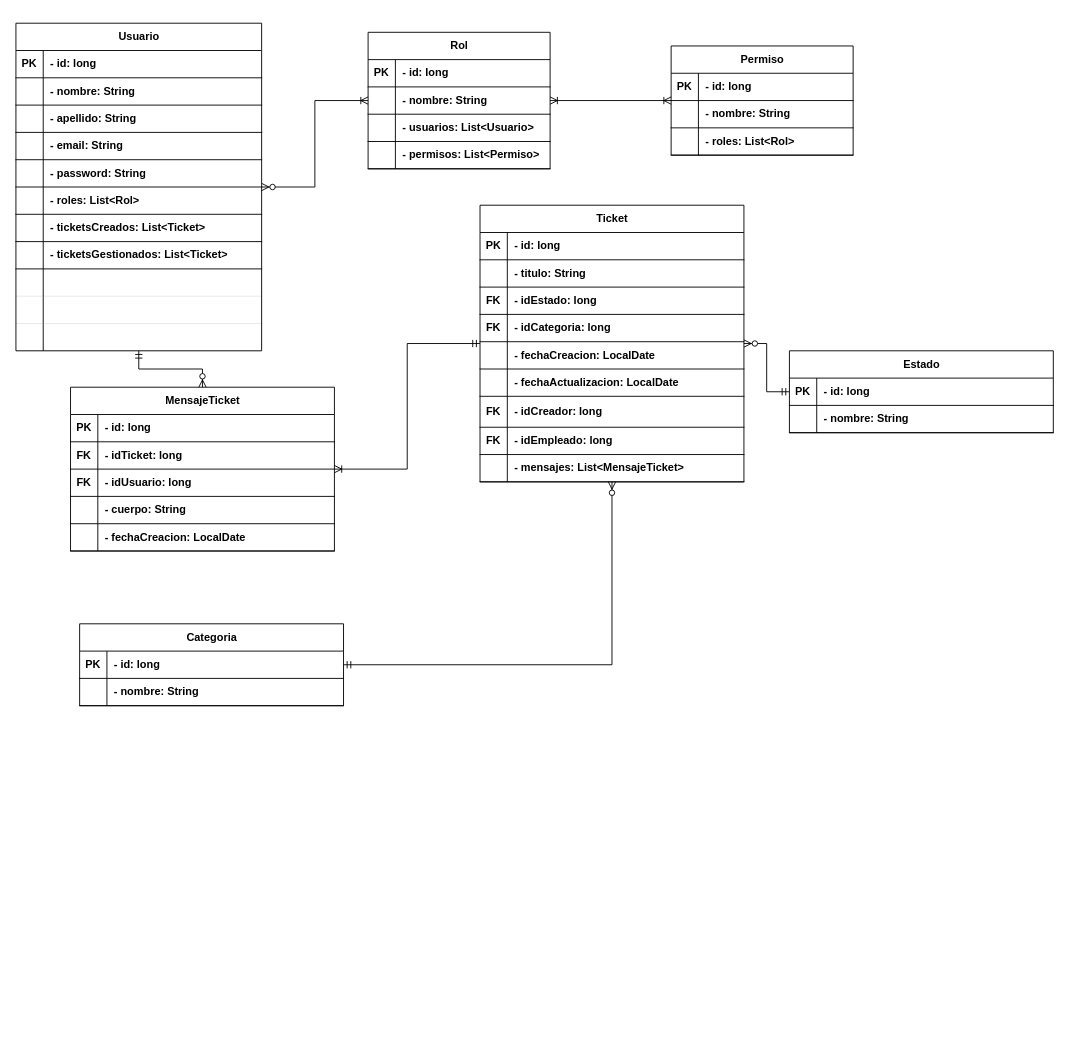
The draw.io diagram diagrams/classes.drawio in rfnobando/hibernate-tickets, before the edit. Source tidied: cells renumbered, new cells numbered last; positions are measured from the earlier drawing's top-left corner, leaving out a move shared by most shapes. Both pictures are drawn from the tidied source at 91%, with x=0, y=0 at pixel (15, 23).
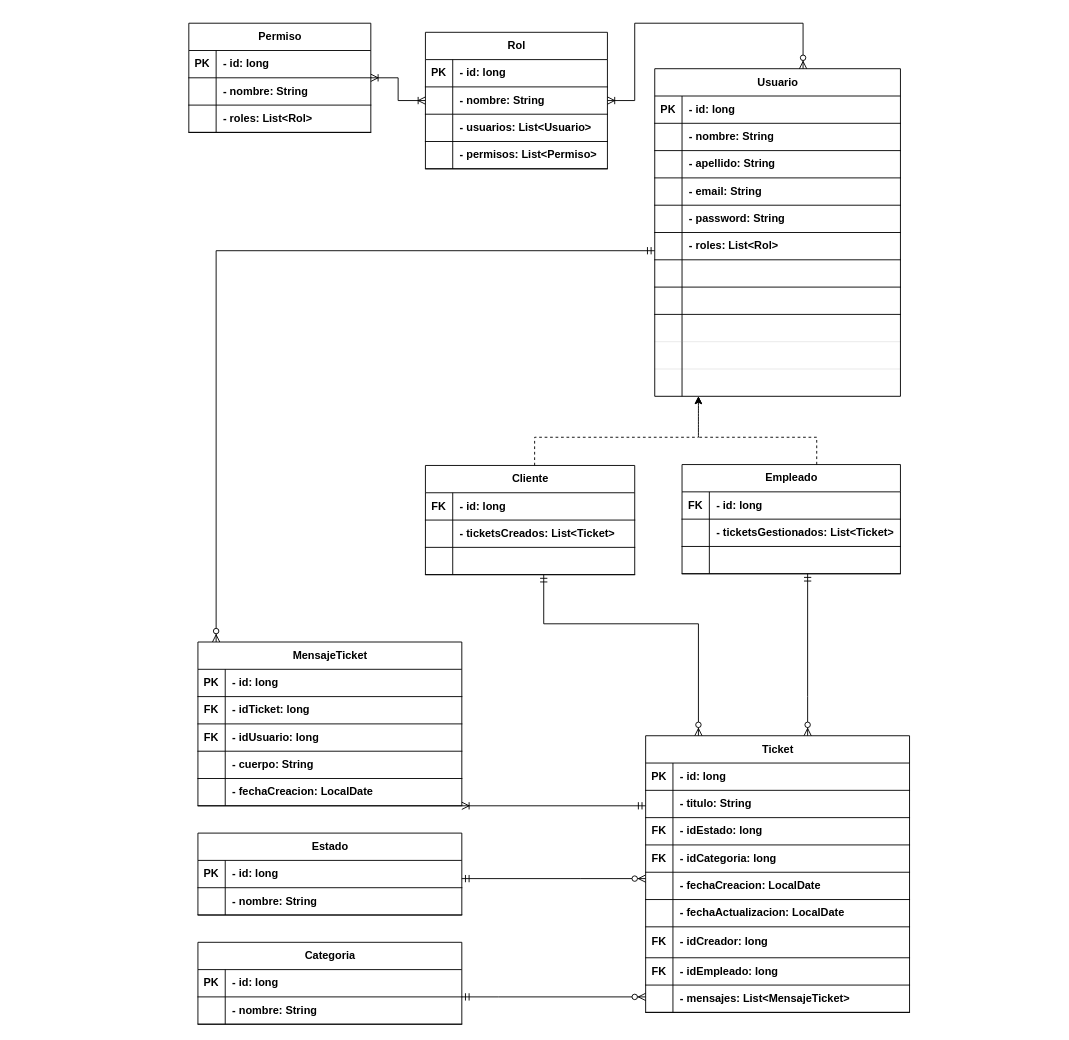
The same page after the edit.

Commit message:
diagrama de clases con herencia

The change refers to these unchanged cells:
```xml
<mxCell id="21" style="shape=tableRow;horizontal=0;startSize=0;swimlaneHead=0;swimlaneBody=0;fillColor=none;top=0;left=0;right=0;bottom=1;" parent="2" vertex="1">
  <mxGeometry y="210" width="270" height="30" as="geometry" />
</mxCell>
<mxCell id="24" style="shape=tableRow;horizontal=0;startSize=0;swimlaneHead=0;swimlaneBody=0;fillColor=none;top=0;left=0;right=0;bottom=1;" parent="2" vertex="1">
  <mxGeometry y="240" width="270" height="30" as="geometry" />
</mxCell>
```

Change to the diagram source:
```diff
@@
     <mxCell id="2" value="Usuario" style="shape=table;startSize=30;childLayout=tableLayout;rowLines=0;fontStyle=1;align=center;html=1;" parent="1" vertex="1">
-      <mxGeometry width="270" height="360" as="geometry" />
+      <mxGeometry x="702" y="50" width="270" height="360" as="geometry" />
     </mxCell>
@@
-    <mxCell id="23" value="- ticketsCreados: List&amp;lt;Ticket&amp;gt;" style="shape=partialRectangle;fillColor=none;top=0;left=0;bottom=0;right=0;align=left;spacingLeft=6;fontStyle=1;overflow=hidden;whiteSpace=wrap;html=1;" parent="21" vertex="1">
+    <mxCell id="23" style="shape=partialRectangle;fillColor=none;top=0;left=0;bottom=0;right=0;align=left;spacingLeft=6;fontStyle=1;overflow=hidden;whiteSpace=wrap;html=1;" parent="21" vertex="1">
       <mxGeometry x="30" width="240" height="30" as="geometry" />
     </mxCell>
@@
-    <mxCell id="26" value="- ticketsGestionados: List&amp;lt;Ticket&amp;gt;" style="shape=partialRectangle;fillColor=none;top=0;left=0;bottom=0;right=0;align=left;spacingLeft=6;fontStyle=1;overflow=hidden;whiteSpace=wrap;html=1;" parent="24" vertex="1">
+    <mxCell id="26" style="shape=partialRectangle;fillColor=none;top=0;left=0;bottom=0;right=0;align=left;spacingLeft=6;fontStyle=1;overflow=hidden;whiteSpace=wrap;html=1;" parent="24" vertex="1">
       <mxGeometry x="30" width="240" height="30" as="geometry" />
     </mxCell>
@@
     <mxCell id="36" value="Ticket" style="shape=table;startSize=30;childLayout=tableLayout;rowLines=0;fontStyle=1;align=center;html=1;" parent="1" vertex="1">
-      <mxGeometry x="510" y="200" width="290" height="304" as="geometry" />
+      <mxGeometry x="692" y="783" width="290" height="304" as="geometry" />
     </mxCell>
@@
     <mxCell id="64" value="MensajeTicket" style="shape=table;startSize=30;childLayout=tableLayout;rowLines=0;fontStyle=1;align=center;html=1;" parent="1" vertex="1">
-      <mxGeometry x="60" y="400" width="290" height="180" as="geometry" />
+      <mxGeometry x="200" y="680" width="290" height="180" as="geometry" />
     </mxCell>
@@
     <mxCell id="80" value="Estado" style="shape=table;startSize=30;childLayout=tableLayout;rowLines=0;fontStyle=1;align=center;html=1;" parent="1" vertex="1">
-      <mxGeometry x="850" y="360" width="290" height="90" as="geometry" />
+      <mxGeometry x="200" y="890" width="290" height="90" as="geometry" />
     </mxCell>
@@
     <mxCell id="87" value="Categoria" style="shape=table;startSize=30;childLayout=tableLayout;rowLines=0;fontStyle=1;align=center;html=1;" parent="1" vertex="1">
-      <mxGeometry x="70" y="660" width="290" height="90" as="geometry" />
+      <mxGeometry x="200" y="1010" width="290" height="90" as="geometry" />
     </mxCell>
@@
     <mxCell id="94" style="edgeStyle=orthogonalEdgeStyle;fontSize=12;html=1;endArrow=ERzeroToMany;startArrow=ERmandOne;rounded=0;" parent="1" edge="1" source="2" target="64">
-      <mxGeometry relative="1" as="geometry" />
+      <mxGeometry relative="1" as="geometry">
+        <Array as="points">
+          <mxPoint x="220" y="250" />
+        </Array>
+      </mxGeometry>
     </mxCell>
     <mxCell id="95" value="Rol" style="shape=table;startSize=30;childLayout=tableLayout;rowLines=0;fontStyle=1;align=center;html=1;" parent="1" vertex="1">
-      <mxGeometry x="387" y="10" width="200" height="150" as="geometry" />
+      <mxGeometry x="450" y="10" width="200" height="150" as="geometry" />
     </mxCell>
@@
     <mxCell id="109" value="Permiso" style="shape=table;startSize=30;childLayout=tableLayout;rowLines=0;fontStyle=1;align=center;html=1;" parent="1" vertex="1">
-      <mxGeometry x="720" y="25" width="200" height="120" as="geometry" />
+      <mxGeometry x="190" width="200" height="120" as="geometry" />
     </mxCell>
@@
     <mxCell id="120" style="edgeStyle=orthogonalEdgeStyle;fontSize=12;html=1;endArrow=ERoneToMany;startArrow=ERzeroToMany;rounded=0;" parent="1" edge="1" source="2" target="95">
-      <mxGeometry relative="1" as="geometry" />
+      <mxGeometry relative="1" as="geometry">
+        <Array as="points">
+          <mxPoint x="865" />
+          <mxPoint x="680" />
+          <mxPoint x="680" y="85" />
+        </Array>
+      </mxGeometry>
     </mxCell>
@@
     <mxCell id="122" style="edgeStyle=orthogonalEdgeStyle;fontSize=12;html=1;endArrow=ERoneToMany;startArrow=ERmandOne;rounded=0;" parent="1" edge="1" source="36" target="64">
-      <mxGeometry relative="1" as="geometry" />
+      <mxGeometry relative="1" as="geometry">
+        <Array as="points">
+          <mxPoint x="355" y="800" />
+        </Array>
+      </mxGeometry>
     </mxCell>
     <mxCell id="123" style="edgeStyle=orthogonalEdgeStyle;fontSize=12;html=1;endArrow=ERzeroToMany;startArrow=ERmandOne;rounded=0;" parent="1" edge="1" source="80" target="36">
-      <mxGeometry relative="1" as="geometry" />
+      <mxGeometry relative="1" as="geometry">
+        <Array as="points">
+          <mxPoint x="620" y="940" />
+          <mxPoint x="620" y="940" />
+        </Array>
+      </mxGeometry>
     </mxCell>
     <mxCell id="124" style="edgeStyle=orthogonalEdgeStyle;fontSize=12;html=1;endArrow=ERzeroToMany;startArrow=ERmandOne;rounded=0;" parent="1" edge="1" source="87" target="36">
-      <mxGeometry relative="1" as="geometry" />
+      <mxGeometry relative="1" as="geometry">
+        <Array as="points">
+          <mxPoint x="530" y="1070" />
+          <mxPoint x="530" y="1070" />
+        </Array>
+      </mxGeometry>
     </mxCell>
+    <mxCell id="125" value="Empleado" style="shape=table;startSize=30;childLayout=tableLayout;rowLines=0;fontStyle=1;align=center;html=1;" parent="1" vertex="1">
+      <mxGeometry x="732" y="485" width="240" height="120" as="geometry" />
+    </mxCell>
+    <mxCell id="126" style="shape=tableRow;horizontal=0;startSize=0;swimlaneHead=0;swimlaneBody=0;fillColor=none;points=[[0,0.5],[1,0.5]];portConstraint=eastwest;top=0;left=0;right=0;bottom=1;" parent="125" vertex="1">
+      <mxGeometry y="30" width="240" height="30" as="geometry" />
+    </mxCell>
+    <mxCell id="127" value="FK" style="shape=partialRectangle;fillColor=none;top=0;left=0;bottom=0;right=0;fontStyle=1;overflow=hidden;whiteSpace=wrap;html=1;" parent="126" vertex="1">
+      <mxGeometry width="30" height="30" as="geometry" />
+    </mxCell>
+    <mxCell id="128" value="- id: long" style="shape=partialRectangle;fillColor=none;top=0;left=0;bottom=0;right=0;align=left;spacingLeft=6;fontStyle=1;overflow=hidden;whiteSpace=wrap;html=1;" parent="126" vertex="1">
+      <mxGeometry x="30" width="210" height="30" as="geometry" />
+    </mxCell>
+    <mxCell id="129" style="shape=tableRow;horizontal=0;startSize=0;swimlaneHead=0;swimlaneBody=0;fillColor=none;top=0;left=0;right=0;bottom=1;" parent="125" vertex="1">
+      <mxGeometry y="60" width="240" height="30" as="geometry" />
+    </mxCell>
+    <mxCell id="130" style="shape=partialRectangle;fillColor=none;top=0;left=0;bottom=0;right=0;fontStyle=1;overflow=hidden;whiteSpace=wrap;html=1;" parent="129" vertex="1">
+      <mxGeometry width="30" height="30" as="geometry" />
+    </mxCell>
+    <mxCell id="131" value="- ticketsGestionados: List&amp;lt;Ticket&amp;gt;" style="shape=partialRectangle;fillColor=none;top=0;left=0;bottom=0;right=0;align=left;spacingLeft=6;fontStyle=1;overflow=hidden;whiteSpace=wrap;html=1;" parent="129" vertex="1">
+      <mxGeometry x="30" width="210" height="30" as="geometry" />
+    </mxCell>
+    <mxCell id="132" style="shape=tableRow;horizontal=0;startSize=0;swimlaneHead=0;swimlaneBody=0;fillColor=none;top=0;left=0;right=0;bottom=1;" parent="125" vertex="1">
+      <mxGeometry y="90" width="240" height="30" as="geometry" />
+    </mxCell>
+    <mxCell id="133" style="shape=partialRectangle;fillColor=none;top=0;left=0;bottom=0;right=0;fontStyle=1;overflow=hidden;whiteSpace=wrap;html=1;" parent="132" vertex="1">
+      <mxGeometry width="30" height="30" as="geometry" />
+    </mxCell>
+    <mxCell id="134" style="shape=partialRectangle;fillColor=none;top=0;left=0;bottom=0;right=0;align=left;spacingLeft=6;fontStyle=1;overflow=hidden;whiteSpace=wrap;html=1;" parent="132" vertex="1">
+      <mxGeometry x="30" width="210" height="30" as="geometry" />
+    </mxCell>
+    <mxCell id="135" style="edgeStyle=orthogonalEdgeStyle;rounded=0;orthogonalLoop=1;jettySize=auto;html=1;exitX=1;exitY=0.5;exitDx=0;exitDy=0;" parent="125" edge="1" source="126" target="126">
+      <mxGeometry relative="1" as="geometry" />
+    </mxCell>
+    <mxCell id="136" value="Cliente" style="shape=table;startSize=30;childLayout=tableLayout;rowLines=0;fontStyle=1;align=center;html=1;" parent="1" vertex="1">
+      <mxGeometry x="450" y="486" width="230" height="120" as="geometry" />
+    </mxCell>
+    <mxCell id="137" style="shape=tableRow;horizontal=0;startSize=0;swimlaneHead=0;swimlaneBody=0;fillColor=none;points=[[0,0.5],[1,0.5]];portConstraint=eastwest;top=0;left=0;right=0;bottom=1;" parent="136" vertex="1">
+      <mxGeometry y="30" width="230" height="30" as="geometry" />
+    </mxCell>
+    <mxCell id="138" value="FK" style="shape=partialRectangle;fillColor=none;top=0;left=0;bottom=0;right=0;fontStyle=1;overflow=hidden;whiteSpace=wrap;html=1;" parent="137" vertex="1">
+      <mxGeometry width="30" height="30" as="geometry" />
+    </mxCell>
+    <mxCell id="139" value="- id: long" style="shape=partialRectangle;fillColor=none;top=0;left=0;bottom=0;right=0;align=left;spacingLeft=6;fontStyle=1;overflow=hidden;whiteSpace=wrap;html=1;" parent="137" vertex="1">
+      <mxGeometry x="30" width="200" height="30" as="geometry" />
+    </mxCell>
+    <mxCell id="140" style="shape=tableRow;horizontal=0;startSize=0;swimlaneHead=0;swimlaneBody=0;fillColor=none;top=0;left=0;right=0;bottom=1;" parent="136" vertex="1">
+      <mxGeometry y="60" width="230" height="30" as="geometry" />
+    </mxCell>
+    <mxCell id="141" style="shape=partialRectangle;fillColor=none;top=0;left=0;bottom=0;right=0;fontStyle=1;overflow=hidden;whiteSpace=wrap;html=1;" parent="140" vertex="1">
+      <mxGeometry width="30" height="30" as="geometry" />
+    </mxCell>
+    <mxCell id="142" value="- ticketsCreados: List&amp;lt;Ticket&amp;gt;" style="shape=partialRectangle;fillColor=none;top=0;left=0;bottom=0;right=0;align=left;spacingLeft=6;fontStyle=1;overflow=hidden;whiteSpace=wrap;html=1;" parent="140" vertex="1">
+      <mxGeometry x="30" width="200" height="30" as="geometry" />
+    </mxCell>
+    <mxCell id="143" style="shape=tableRow;horizontal=0;startSize=0;swimlaneHead=0;swimlaneBody=0;fillColor=none;top=0;left=0;right=0;bottom=1;" parent="136" vertex="1">
+      <mxGeometry y="90" width="230" height="30" as="geometry" />
+    </mxCell>
+    <mxCell id="144" style="shape=partialRectangle;fillColor=none;top=0;left=0;bottom=0;right=0;fontStyle=1;overflow=hidden;whiteSpace=wrap;html=1;" parent="143" vertex="1">
+      <mxGeometry width="30" height="30" as="geometry" />
+    </mxCell>
+    <mxCell id="145" style="shape=partialRectangle;fillColor=none;top=0;left=0;bottom=0;right=0;align=left;spacingLeft=6;fontStyle=1;overflow=hidden;whiteSpace=wrap;html=1;" parent="143" vertex="1">
+      <mxGeometry x="30" width="200" height="30" as="geometry" />
+    </mxCell>
+    <mxCell id="146" style="edgeStyle=orthogonalEdgeStyle;rounded=0;orthogonalLoop=1;jettySize=auto;html=1;exitX=1;exitY=0.5;exitDx=0;exitDy=0;" parent="136" edge="1" source="137" target="137">
+      <mxGeometry relative="1" as="geometry" />
+    </mxCell>
+    <mxCell id="147" style="endArrow=classic;html=1;rounded=0;dashed=1;edgeStyle=orthogonalEdgeStyle;" parent="1" edge="1" source="136" target="2">
+      <mxGeometry relative="1" as="geometry">
+        <Array as="points">
+          <mxPoint x="570" y="455" />
+          <mxPoint x="750" y="455" />
+        </Array>
+      </mxGeometry>
+    </mxCell>
+    <mxCell id="148" style="endArrow=classic;html=1;rounded=0;dashed=1;edgeStyle=orthogonalEdgeStyle;" parent="1" edge="1" source="125" target="2">
+      <mxGeometry relative="1" as="geometry">
+        <Array as="points">
+          <mxPoint x="880" y="455" />
+          <mxPoint x="750" y="455" />
+        </Array>
+      </mxGeometry>
+    </mxCell>
+    <mxCell id="149" style="edgeStyle=orthogonalEdgeStyle;fontSize=12;html=1;endArrow=ERzeroToMany;startArrow=ERmandOne;rounded=0;" parent="1" edge="1" source="136" target="36">
+      <mxGeometry relative="1" as="geometry">
+        <Array as="points">
+          <mxPoint x="580" y="660" />
+          <mxPoint x="750" y="660" />
+        </Array>
+      </mxGeometry>
+    </mxCell>
+    <mxCell id="150" style="edgeStyle=orthogonalEdgeStyle;fontSize=12;html=1;endArrow=ERzeroToMany;startArrow=ERmandOne;rounded=0;" parent="1" edge="1" source="125" target="36">
+      <mxGeometry relative="1" as="geometry">
+        <Array as="points">
+          <mxPoint x="870" y="740" />
+          <mxPoint x="870" y="740" />
+        </Array>
+      </mxGeometry>
+    </mxCell>
```
